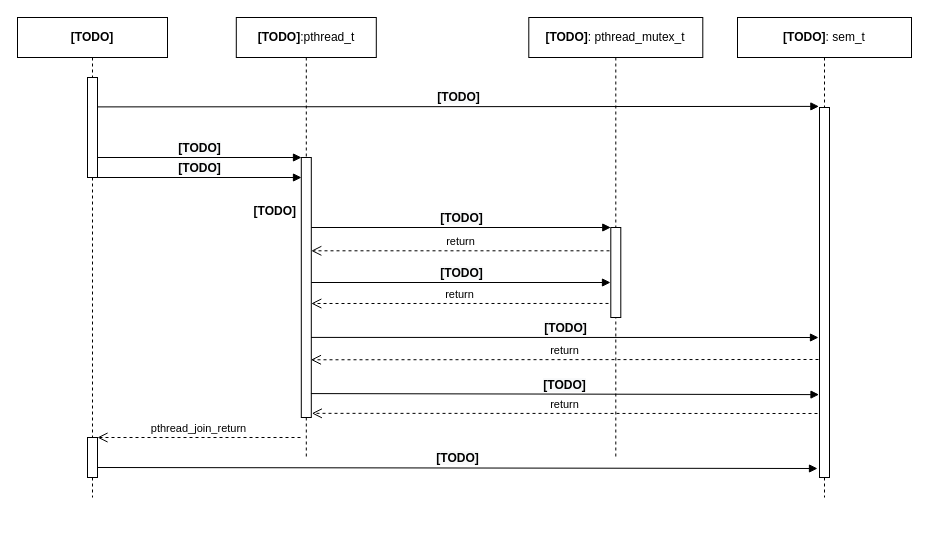
The draw.io diagram page "Découverte APIs POSIX" (1 of 2) of exercice-1/diagrams/conception.drawio in fthomasfr/multitasking_training_practical_work, before the edit. Source tidied: cells renumbered, new cells numbered last; positions are measured from the earlier drawing's top-left corner, leaving out a move shared by most shapes. Both pictures are drawn from the tidied source at 100%, with x=0, y=0 at pixel (17, 17).
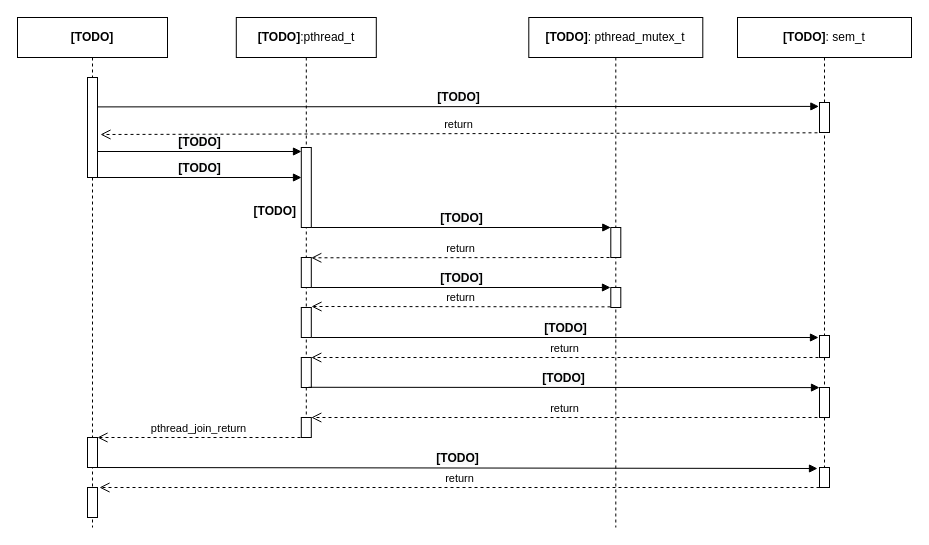
The same page after the edit.

The change refers to these unchanged cells:
```xml
<mxCell id="10" style="html=1;points=[];perimeter=orthogonalPerimeter;" parent="9" vertex="1">
  <mxGeometry x="70" y="60" width="10" height="100" as="geometry" />
</mxCell>
```

What changed in the source:
```diff
@@
     <mxCell id="2" value="&lt;b&gt;[TODO]&lt;/b&gt;:pthread_t" style="shape=umlLifeline;perimeter=lifelinePerimeter;whiteSpace=wrap;html=1;" parent="1" vertex="1">
-      <mxGeometry x="218.8" width="140" height="440" as="geometry" />
+      <mxGeometry x="218.8" width="140" height="420" as="geometry" />
     </mxCell>
     <mxCell id="3" style="html=1;points=[];perimeter=orthogonalPerimeter;" parent="2" vertex="1">
-      <mxGeometry x="65" y="140" width="10" height="260" as="geometry" />
+      <mxGeometry x="65" y="340" width="10" height="30" as="geometry" />
     </mxCell>
+    <mxCell id="25" style="html=1;perimeter=orthogonalPerimeter;" parent="2" vertex="1">
+      <mxGeometry x="65" y="130" width="10" height="80" as="geometry" />
+    </mxCell>
+    <mxCell id="26" style="html=1;perimeter=orthogonalPerimeter;" parent="2" vertex="1">
+      <mxGeometry x="65" y="240" width="10" height="30" as="geometry" />
+    </mxCell>
+    <mxCell id="27" style="html=1;points=[];perimeter=orthogonalPerimeter;" parent="2" vertex="1">
+      <mxGeometry x="65" y="400" width="10" height="20" as="geometry" />
+    </mxCell>
+    <mxCell id="28" style="html=1;perimeter=orthogonalPerimeter;" parent="2" vertex="1">
+      <mxGeometry x="65" y="290" width="10" height="30" as="geometry" />
+    </mxCell>
     <mxCell id="4" value="&lt;b&gt;[TODO]&lt;/b&gt;: pthread_mutex_t" style="shape=umlLifeline;perimeter=lifelinePerimeter;whiteSpace=wrap;html=1;" parent="1" vertex="1">
-      <mxGeometry x="511.3" width="174" height="440" as="geometry" />
+      <mxGeometry x="511.3" width="174" height="510" as="geometry" />
     </mxCell>
     <mxCell id="5" style="html=1;points=[];perimeter=orthogonalPerimeter;" parent="4" vertex="1">
-      <mxGeometry x="82" y="210" width="10" height="90" as="geometry" />
+      <mxGeometry x="82" y="210" width="10" height="30" as="geometry" />
     </mxCell>
+    <mxCell id="29" style="html=1;points=[];perimeter=orthogonalPerimeter;" parent="4" vertex="1">
+      <mxGeometry x="82" y="270" width="10" height="20" as="geometry" />
+    </mxCell>
@@
-    <mxCell id="7" value="return" style="html=1;verticalAlign=bottom;endArrow=open;dashed=1;endSize=8;exitX=-0.129;exitY=0.259;exitDx=0;exitDy=0;exitPerimeter=0;" parent="1" edge="1" source="5">
+    <mxCell id="7" value="return" style="html=1;verticalAlign=bottom;endArrow=open;dashed=1;endSize=8;" parent="1" edge="1">
       <mxGeometry relative="1" as="geometry">
-        <mxPoint x="293.8" y="233.3" as="targetPoint" />
+        <mxPoint x="592" y="240" as="sourcePoint" />
+        <mxPoint x="293.8" y="240.3" as="targetPoint" />
       </mxGeometry>
     </mxCell>
@@
     <mxCell id="9" value="&lt;b&gt;[TODO]&lt;/b&gt;" style="shape=umlLifeline;perimeter=lifelinePerimeter;whiteSpace=wrap;html=1;" parent="1" vertex="1">
-      <mxGeometry width="150" height="480" as="geometry" />
+      <mxGeometry width="150" height="510" as="geometry" />
     </mxCell>
@@
     <mxCell id="11" style="html=1;points=[];perimeter=orthogonalPerimeter;" parent="9" vertex="1">
-      <mxGeometry x="70" y="420" width="10" height="40" as="geometry" />
+      <mxGeometry x="70" y="420" width="10" height="30" as="geometry" />
     </mxCell>
     <mxCell id="12" value="&lt;b style=&quot;font-size: 12px ; white-space: normal ; background-color: rgb(248 , 249 , 250)&quot;&gt;[TODO]&lt;/b&gt;" style="html=1;verticalAlign=bottom;endArrow=block;" parent="1" edge="1">
       <mxGeometry relative="1" as="geometry">
-        <mxPoint x="293.8" y="265" as="sourcePoint" />
-        <mxPoint x="593" y="265" as="targetPoint" />
+        <mxPoint x="293.8" y="270" as="sourcePoint" />
+        <mxPoint x="593" y="270" as="targetPoint" />
       </mxGeometry>
     </mxCell>
-    <mxCell id="13" value="return" style="html=1;verticalAlign=bottom;endArrow=open;dashed=1;endSize=8;exitX=-0.229;exitY=0.844;exitDx=0;exitDy=0;exitPerimeter=0;" parent="1" edge="1" source="5">
+    <mxCell id="13" value="return" style="html=1;verticalAlign=bottom;endArrow=open;dashed=1;endSize=8;exitX=-0.029;exitY=0.967;exitDx=0;exitDy=0;exitPerimeter=0;" parent="1" edge="1" source="29">
       <mxGeometry relative="1" as="geometry">
-        <mxPoint x="293.8" y="286" as="targetPoint" />
+        <mxPoint x="294" y="289" as="targetPoint" />
       </mxGeometry>
     </mxCell>
     <mxCell id="14" value="&lt;b style=&quot;font-size: 12px ; white-space: normal ; background-color: rgb(248 , 249 , 250)&quot;&gt;[TODO]&lt;/b&gt;" style="html=1;verticalAlign=bottom;endArrow=block;" parent="1" edge="1">
       <mxGeometry relative="1" as="geometry">
-        <mxPoint x="80" y="140" as="sourcePoint" />
-        <mxPoint x="284" y="140" as="targetPoint" />
+        <mxPoint x="80" y="134" as="sourcePoint" />
+        <mxPoint x="284" y="134" as="targetPoint" />
       </mxGeometry>
     </mxCell>
@@
     <mxCell id="17" value="&lt;b&gt;[TODO]&lt;/b&gt;: sem_t" style="shape=umlLifeline;perimeter=lifelinePerimeter;whiteSpace=wrap;html=1;" parent="1" vertex="1">
-      <mxGeometry x="720" width="174" height="480" as="geometry" />
+      <mxGeometry x="720" width="174" height="470" as="geometry" />
     </mxCell>
-    <mxCell id="18" style="html=1;points=[];perimeter=orthogonalPerimeter;" parent="17" vertex="1">
-      <mxGeometry x="82" y="90" width="10" height="370" as="geometry" />
-    </mxCell>
+    <mxCell id="30" style="html=1;points=[];perimeter=orthogonalPerimeter;" parent="17" vertex="1">
+      <mxGeometry x="82" y="85" width="10" height="30" as="geometry" />
+    </mxCell>
+    <mxCell id="31" style="html=1;perimeter=orthogonalPerimeter;" parent="17" vertex="1">
+      <mxGeometry x="82" y="318" width="10" height="22" as="geometry" />
+    </mxCell>
+    <mxCell id="32" style="html=1;perimeter=orthogonalPerimeter;" parent="17" vertex="1">
+      <mxGeometry x="82" y="370" width="10" height="30" as="geometry" />
+    </mxCell>
-    <mxCell id="19" value="&lt;b style=&quot;font-size: 12px ; white-space: normal ; background-color: rgb(248 , 249 , 250)&quot;&gt;[TODO]&lt;/b&gt;" style="html=1;verticalAlign=bottom;endArrow=block;exitX=1.02;exitY=0.294;exitDx=0;exitDy=0;exitPerimeter=0;entryX=-0.06;entryY=-0.003;entryDx=0;entryDy=0;entryPerimeter=0;" parent="1" edge="1" source="10" target="18">
-      <mxGeometry relative="1" as="geometry" />
+    <mxCell id="19" value="&lt;b style=&quot;font-size: 12px ; white-space: normal ; background-color: rgb(248 , 249 , 250)&quot;&gt;[TODO]&lt;/b&gt;" style="html=1;verticalAlign=bottom;endArrow=block;exitX=1.02;exitY=0.294;exitDx=0;exitDy=0;exitPerimeter=0;entryX=-0.06;entryY=-0.003;entryDx=0;entryDy=0;entryPerimeter=0;" parent="1" edge="1" source="10">
+      <mxGeometry relative="1" as="geometry">
+        <mxPoint x="801.4" y="88.9" as="targetPoint" />
+      </mxGeometry>
     </mxCell>
-    <mxCell id="20" value="&lt;b style=&quot;font-size: 12px ; white-space: normal ; background-color: rgb(248 , 249 , 250)&quot;&gt;[TODO]&lt;/b&gt;" style="html=1;verticalAlign=bottom;endArrow=block;exitX=0.971;exitY=0.692;exitDx=0;exitDy=0;exitPerimeter=0;" parent="1" edge="1" source="3">
+    <mxCell id="20" value="&lt;b style=&quot;font-size: 12px ; white-space: normal ; background-color: rgb(248 , 249 , 250)&quot;&gt;[TODO]&lt;/b&gt;" style="html=1;verticalAlign=bottom;endArrow=block;" parent="1" edge="1">
       <mxGeometry relative="1" as="geometry">
+        <mxPoint x="294" y="320" as="sourcePoint" />
         <mxPoint x="801" y="320" as="targetPoint" />
       </mxGeometry>
     </mxCell>
-    <mxCell id="21" value="return" style="html=1;verticalAlign=bottom;endArrow=open;dashed=1;endSize=8;entryX=0.964;entryY=0.778;entryDx=0;entryDy=0;entryPerimeter=0;" parent="1" edge="1" target="3">
+    <mxCell id="21" value="return" style="html=1;verticalAlign=bottom;endArrow=open;dashed=1;endSize=8;" parent="1" edge="1">
       <mxGeometry relative="1" as="geometry">
-        <mxPoint x="801" y="342" as="sourcePoint" />
+        <mxPoint x="801" y="340" as="sourcePoint" />
+        <mxPoint x="293.8" y="340" as="targetPoint" />
       </mxGeometry>
     </mxCell>
-    <mxCell id="22" value="&lt;b style=&quot;font-size: 12px ; white-space: normal ; background-color: rgb(248 , 249 , 250)&quot;&gt;[TODO]&lt;/b&gt;" style="html=1;verticalAlign=bottom;endArrow=block;exitX=0.964;exitY=0.908;exitDx=0;exitDy=0;exitPerimeter=0;entryX=-0.048;entryY=0.776;entryDx=0;entryDy=0;entryPerimeter=0;" parent="1" edge="1" source="3" target="18">
-      <mxGeometry relative="1" as="geometry" />
+    <mxCell id="22" value="&lt;b style=&quot;font-size: 12px ; white-space: normal ; background-color: rgb(248 , 249 , 250)&quot;&gt;[TODO]&lt;/b&gt;" style="html=1;verticalAlign=bottom;endArrow=block;entryX=-0.048;entryY=0.776;entryDx=0;entryDy=0;entryPerimeter=0;exitX=0.726;exitY=0.993;exitDx=0;exitDy=0;exitPerimeter=0;" parent="1" edge="1" source="3">
+      <mxGeometry relative="1" as="geometry">
+        <mxPoint x="802" y="370.1" as="targetPoint" />
+      </mxGeometry>
     </mxCell>
-    <mxCell id="23" value="return" style="html=1;verticalAlign=bottom;endArrow=open;dashed=1;endSize=8;entryX=1.054;entryY=0.984;entryDx=0;entryDy=0;entryPerimeter=0;" parent="1" edge="1" target="3">
+    <mxCell id="23" value="return" style="html=1;verticalAlign=bottom;endArrow=open;dashed=1;endSize=8;" parent="1" edge="1" target="27">
       <mxGeometry relative="1" as="geometry">
-        <mxPoint x="800" y="396" as="sourcePoint" />
+        <mxPoint x="800" y="400" as="sourcePoint" />
       </mxGeometry>
     </mxCell>
@@
+    <mxCell id="33" style="html=1;perimeter=orthogonalPerimeter;" parent="1" vertex="1">
+      <mxGeometry x="802" y="450" width="10" height="20" as="geometry" />
+    </mxCell>
+    <mxCell id="34" value="return" style="html=1;verticalAlign=bottom;endArrow=open;dashed=1;endSize=8;exitX=-0.2;exitY=1.01;exitDx=0;exitDy=0;exitPerimeter=0;entryX=1.3;entryY=0.57;entryDx=0;entryDy=0;entryPerimeter=0;" parent="1" edge="1" source="30" target="10">
+      <mxGeometry relative="1" as="geometry" />
+    </mxCell>
+    <mxCell id="35" value="return" style="html=1;verticalAlign=bottom;endArrow=open;dashed=1;endSize=8;exitX=-0.2;exitY=1.01;exitDx=0;exitDy=0;exitPerimeter=0;" parent="1" edge="1">
+      <mxGeometry relative="1" as="geometry">
+        <mxPoint x="802" y="470" as="sourcePoint" />
+        <mxPoint x="82" y="470" as="targetPoint" />
+      </mxGeometry>
+    </mxCell>
+    <mxCell id="36" style="html=1;perimeter=orthogonalPerimeter;" parent="1" vertex="1">
+      <mxGeometry x="70" y="470" width="10" height="30" as="geometry" />
+    </mxCell>
```
